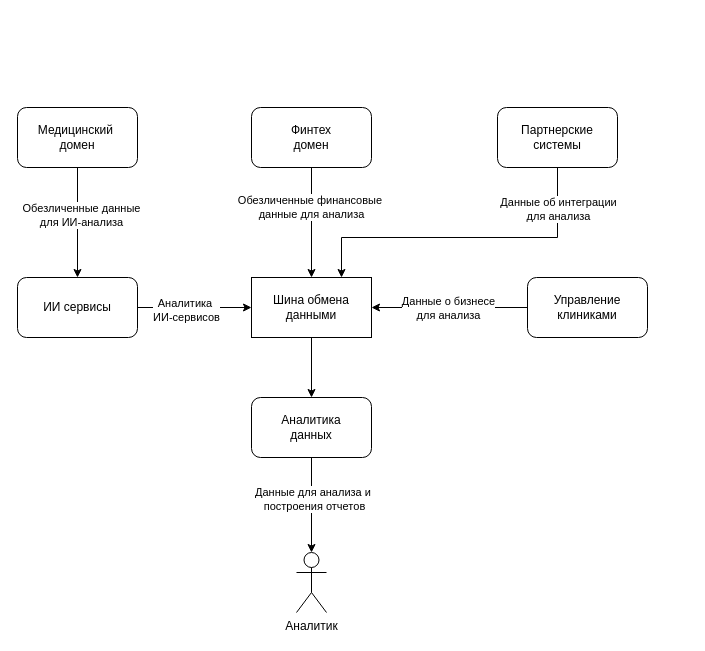
Before: Task2/data_flow.drawio.xml in aputintsev/architecture-future_2_0, a draw.io diagram. Source tidied: cells renumbered, new cells numbered last; positions are measured from the earlier drawing's top-left corner, leaving out a move shared by most shapes. Both pictures are drawn from the tidied source at 100%, with x=0, y=0 at pixel (17, 107).
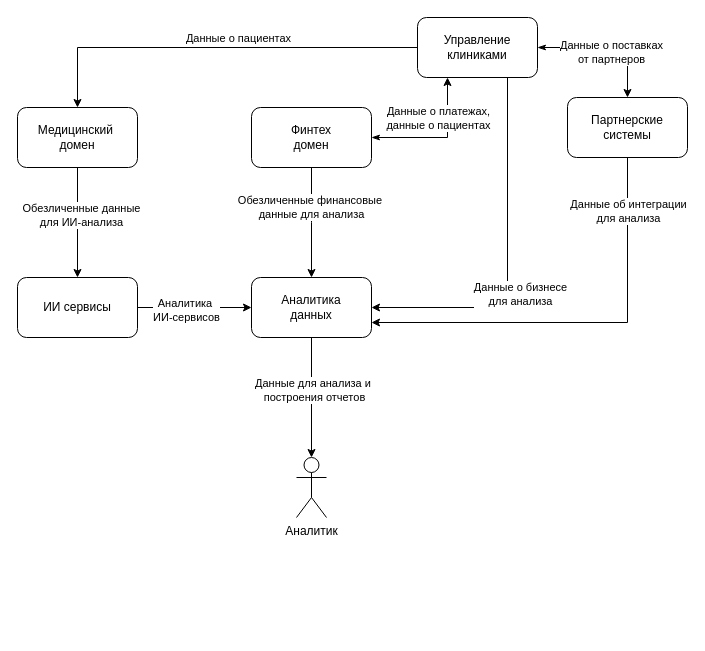
Above is the later version.

The change refers to these unchanged cells:
```xml
<mxCell id="4" value="Медицинский&amp;nbsp;&lt;div&gt;домен&lt;/div&gt;" style="rounded=1;whiteSpace=wrap;html=1;" parent="1" vertex="1">
  <mxGeometry width="120" height="60" as="geometry" />
</mxCell>
<mxCell id="7" value="Финтех&lt;div&gt;домен&lt;/div&gt;" style="rounded=1;whiteSpace=wrap;html=1;" parent="1" vertex="1">
  <mxGeometry x="234" width="120" height="60" as="geometry" />
</mxCell>
<mxCell id="10" value="&lt;div style=&quot;text-align: center;&quot;&gt;&lt;span style=&quot;text-align: start; white-space-collapse: collapse; background-color: transparent;&quot;&gt;ИИ сервисы&lt;/span&gt;&lt;/div&gt;" style="rounded=1;whiteSpace=wrap;html=1;" parent="1" vertex="1">
  <mxGeometry y="170" width="120" height="60" as="geometry" />
</mxCell>
```

What changed in the source:
```diff
@@
-    <mxCell id="5" style="edgeStyle=orthogonalEdgeStyle;rounded=0;jettySize=auto;html=1;entryX=0.5;entryY=0;entryDx=0;entryDy=0;" parent="1" edge="1" source="7" target="21">
-      <mxGeometry relative="1" as="geometry" />
+    <mxCell id="5" style="edgeStyle=orthogonalEdgeStyle;rounded=0;jettySize=auto;html=1;entryX=0.5;entryY=0;entryDx=0;entryDy=0;" parent="1" edge="1" source="7">
+      <mxGeometry relative="1" as="geometry">
+        <mxPoint x="294" y="170" as="targetPoint" />
+      </mxGeometry>
     </mxCell>
@@
+    <mxCell id="23" style="edgeStyle=orthogonalEdgeStyle;rounded=0;jettySize=auto;html=1;entryX=0.25;entryY=1;entryDx=0;entryDy=0;startArrow=classicThin;startFill=1;" parent="1" edge="1" source="7" target="16">
+      <mxGeometry relative="1" as="geometry" />
+    </mxCell>
+    <mxCell id="24" value="Данные о платежах,&lt;div&gt;данные о пациентах&lt;/div&gt;" style="edgeLabel;html=1;align=center;verticalAlign=middle;" parent="23" vertex="1">
+      <mxGeometry x="-0.03" y="1" relative="1" as="geometry">
+        <mxPoint y="-19" as="offset" />
+      </mxGeometry>
+    </mxCell>
@@
-    <mxCell id="8" style="edgeStyle=orthogonalEdgeStyle;rounded=0;jettySize=auto;html=1;entryX=0;entryY=0.5;entryDx=0;entryDy=0;" parent="1" edge="1" source="10" target="21">
-      <mxGeometry relative="1" as="geometry" />
+    <mxCell id="8" style="edgeStyle=orthogonalEdgeStyle;rounded=0;jettySize=auto;html=1;entryX=0;entryY=0.5;entryDx=0;entryDy=0;" parent="1" edge="1" source="10">
+      <mxGeometry relative="1" as="geometry">
+        <mxPoint x="234" y="200" as="targetPoint" />
+      </mxGeometry>
     </mxCell>
@@
-    <mxCell id="11" style="edgeStyle=orthogonalEdgeStyle;rounded=0;jettySize=auto;html=1;entryX=0.75;entryY=0;entryDx=0;entryDy=0;" parent="1" edge="1" source="13" target="21">
+    <mxCell id="11" style="edgeStyle=orthogonalEdgeStyle;rounded=0;jettySize=auto;html=1;exitX=0.5;exitY=1;exitDx=0;exitDy=0;entryX=1;entryY=0.75;entryDx=0;entryDy=0;" parent="1" edge="1" source="13" target="19">
       <mxGeometry relative="1" as="geometry">
         <Array as="points">
-          <mxPoint x="540" y="130" />
-          <mxPoint x="324" y="130" />
+          <mxPoint x="610" y="215" />
         </Array>
       </mxGeometry>
     </mxCell>
@@
     <mxCell id="13" value="&lt;div style=&quot;text-align: start;&quot;&gt;Партнерские&lt;/div&gt;&lt;div style=&quot;&quot;&gt;&lt;span style=&quot;background-color: transparent; color: light-dark(rgb(0, 0, 0), rgb(255, 255, 255));&quot;&gt;системы&lt;/span&gt;&lt;/div&gt;" style="rounded=1;whiteSpace=wrap;html=1;" parent="1" vertex="1">
-      <mxGeometry x="480" width="120" height="60" as="geometry" />
+      <mxGeometry x="550" y="-10" width="120" height="60" as="geometry" />
     </mxCell>
-    <mxCell id="14" style="edgeStyle=orthogonalEdgeStyle;rounded=0;jettySize=auto;html=1;entryX=1;entryY=0.5;entryDx=0;entryDy=0;" parent="1" edge="1" source="16" target="21">
-      <mxGeometry relative="1" as="geometry" />
+    <mxCell id="14" style="edgeStyle=orthogonalEdgeStyle;rounded=0;jettySize=auto;html=1;entryX=1;entryY=0.5;entryDx=0;entryDy=0;" parent="1" edge="1" source="16">
+      <mxGeometry relative="1" as="geometry">
+        <mxPoint x="354" y="200" as="targetPoint" />
+        <Array as="points">
+          <mxPoint x="490" y="200" />
+        </Array>
+      </mxGeometry>
     </mxCell>
@@
+    <mxCell id="25" style="edgeStyle=orthogonalEdgeStyle;rounded=0;jettySize=auto;html=1;entryX=0.5;entryY=0;entryDx=0;entryDy=0;" parent="1" edge="1" source="16" target="4">
+      <mxGeometry relative="1" as="geometry" />
+    </mxCell>
+    <mxCell id="26" value="Данные о пациентах" style="edgeLabel;html=1;align=center;verticalAlign=middle;" parent="25" vertex="1">
+      <mxGeometry x="0.12" y="1" relative="1" as="geometry">
+        <mxPoint x="44" y="-11" as="offset" />
+      </mxGeometry>
+    </mxCell>
+    <mxCell id="27" style="edgeStyle=orthogonalEdgeStyle;rounded=0;jettySize=auto;html=1;entryX=0.5;entryY=0;entryDx=0;entryDy=0;startArrow=classicThin;startFill=1;" parent="1" edge="1" source="16" target="13">
+      <mxGeometry relative="1" as="geometry" />
+    </mxCell>
+    <mxCell id="28" value="Данные о поставках&lt;div&gt;от партнеров&lt;/div&gt;" style="edgeLabel;html=1;align=center;verticalAlign=middle;" parent="27" vertex="1">
+      <mxGeometry x="0.04" y="-3" relative="1" as="geometry">
+        <mxPoint y="1" as="offset" />
+      </mxGeometry>
+    </mxCell>
     <mxCell id="16" value="&lt;div style=&quot;text-align: start;&quot;&gt;Управление&lt;/div&gt;&lt;div style=&quot;&quot;&gt;клиниками&lt;/div&gt;" style="rounded=1;whiteSpace=wrap;html=1;" parent="1" vertex="1">
-      <mxGeometry x="510" y="170" width="120" height="60" as="geometry" />
+      <mxGeometry x="400" y="-90" width="120" height="60" as="geometry" />
     </mxCell>
@@
     <mxCell id="19" value="&lt;div style=&quot;text-align: start;&quot;&gt;Аналитика&lt;/div&gt;&lt;div style=&quot;&quot;&gt;данных&lt;/div&gt;" style="rounded=1;whiteSpace=wrap;html=1;" parent="1" vertex="1">
-      <mxGeometry x="234" y="290" width="120" height="60" as="geometry" />
+      <mxGeometry x="234" y="170" width="120" height="60" as="geometry" />
     </mxCell>
-    <mxCell id="20" style="edgeStyle=orthogonalEdgeStyle;rounded=0;jettySize=auto;html=1;entryX=0.5;entryY=0;entryDx=0;entryDy=0;" parent="1" edge="1" source="21" target="19">
-      <mxGeometry relative="1" as="geometry" />
-    </mxCell>
-    <mxCell id="21" value="Шина обмена данными" style="rounded=0;whiteSpace=wrap;html=1;" parent="1" vertex="1">
-      <mxGeometry x="234" y="170" width="120" height="60" as="geometry" />
-    </mxCell>
     <mxCell id="22" value="Аналитик" style="shape=umlActor;verticalLabelPosition=bottom;verticalAlign=top;html=1;outlineConnect=0;" parent="1" vertex="1">
-      <mxGeometry x="279" y="445" width="30" height="60" as="geometry" />
+      <mxGeometry x="279" y="350" width="30" height="60" as="geometry" />
     </mxCell>
```
